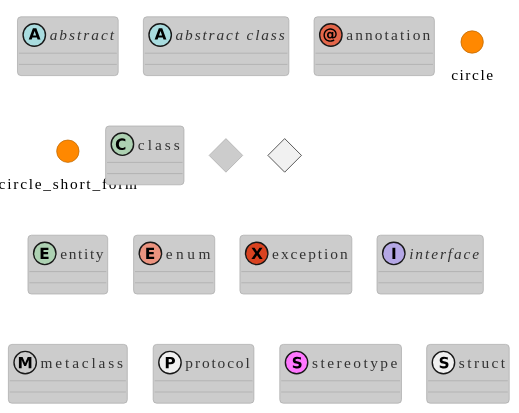
Earlier version of the PlantUML export gallery/img/Class-reddress-lightorange.svg (The-Lum/puml-themes-gallery). Its source is kept beside it as gallery/Class-reddress-lightorange.puml.
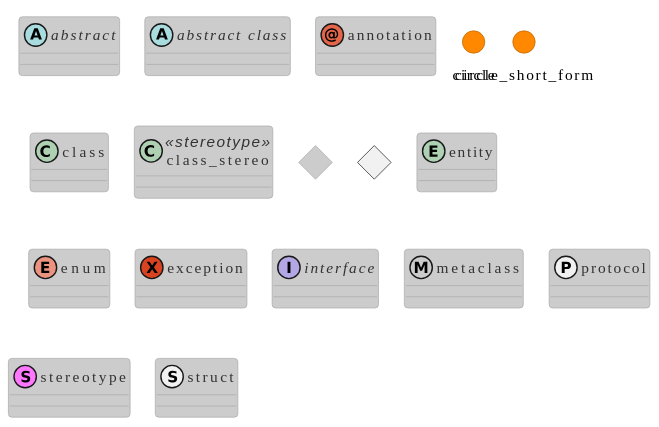
The same diagram one commit later.

The edit, as a diff of the source:
```diff
@@ -6,6 +6,7 @@
 circle          circle
 ()              circle_short_form
 class           class
+class           class_stereo  <<stereotype>>
 diamond         diamond
 <>              diamond_short_form
 entity          entity
```
